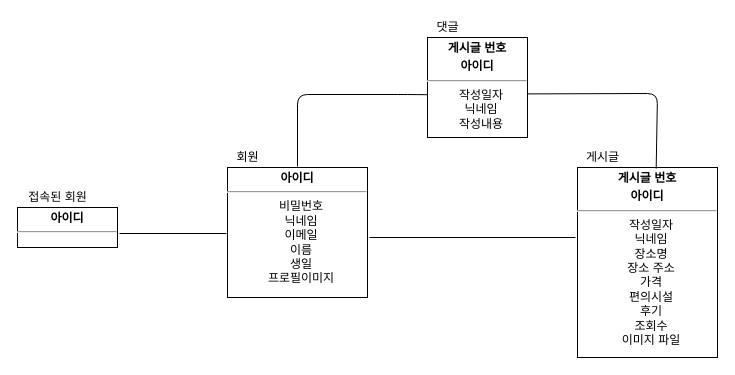
Before: Untitled Diagram.drawio in sika5382/team_pro, a draw.io diagram. Source tidied: cells renumbered, new cells numbered last; positions are measured from the earlier drawing's top-left corner, leaving out a move shared by most shapes. Both pictures are drawn from the tidied source at 100%, with x=0, y=0 at pixel (17, 17).
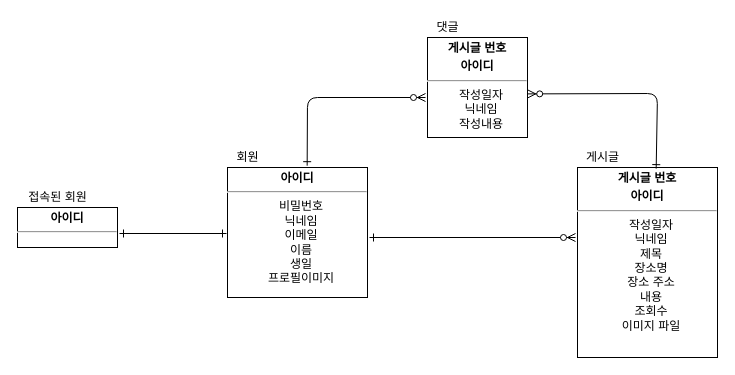
The same diagram, later.

Diff of the diagram source:
```diff
@@
 <mxGraphModel background="#ffffff">
   <root>
     <mxCell id="0" />
     <mxCell id="1" parent="0" />
     <mxCell id="2" value="&lt;p style=&quot;margin: 4px 0px 0px ; text-align: center&quot;&gt;&lt;b&gt;아이디&lt;/b&gt;&lt;/p&gt;&lt;hr&gt;&lt;p style=&quot;text-align: center ; margin: 0px 0px 0px 8px&quot;&gt;비밀번호&lt;/p&gt;&lt;p style=&quot;text-align: center ; margin: 0px 0px 0px 8px&quot;&gt;닉네임&lt;/p&gt;&lt;p style=&quot;text-align: center ; margin: 0px 0px 0px 8px&quot;&gt;이메일&lt;/p&gt;&lt;p style=&quot;text-align: center ; margin: 0px 0px 0px 8px&quot;&gt;이름&lt;/p&gt;&lt;p style=&quot;text-align: center ; margin: 0px 0px 0px 8px&quot;&gt;생일&lt;/p&gt;&lt;p style=&quot;text-align: center ; margin: 0px 0px 0px 8px&quot;&gt;프로필이미지&lt;/p&gt;" style="verticalAlign=top;align=left;overflow=fill;fontSize=12;fontFamily=Helvetica;html=1;rounded=0;shadow=0;comic=0;labelBackgroundColor=none;strokeWidth=1;" parent="1" vertex="1">
       <mxGeometry x="210" y="150" width="140" height="130" as="geometry" />
     </mxCell>
     <mxCell id="3" value="회원" style="text;html=1;align=center;verticalAlign=middle;" parent="1" vertex="1">
       <mxGeometry x="210" y="130" width="40" height="20" as="geometry" />
     </mxCell>
     <mxCell id="4" value="&lt;p style=&quot;margin: 4px 0px 0px ; text-align: center&quot;&gt;&lt;b&gt;아이디&lt;/b&gt;&lt;/p&gt;&lt;hr&gt;&lt;p style=&quot;text-align: center ; margin: 0px 0px 0px 8px&quot;&gt;&lt;br&gt;&lt;/p&gt;" style="verticalAlign=top;align=left;overflow=fill;fontSize=12;fontFamily=Helvetica;html=1;rounded=0;shadow=0;comic=0;labelBackgroundColor=none;strokeWidth=1;" parent="1" vertex="1">
       <mxGeometry y="190" width="100" height="40" as="geometry" />
     </mxCell>
     <mxCell id="5" value="접속된 회원" style="text;html=1;align=center;verticalAlign=middle;" parent="1" vertex="1">
       <mxGeometry y="170" width="80" height="20" as="geometry" />
     </mxCell>
     <mxCell id="6" value="&lt;p style=&quot;margin: 4px 0px 0px ; text-align: center&quot;&gt;&lt;b&gt;게시글 번호&lt;/b&gt;&lt;/p&gt;&lt;p style=&quot;margin: 4px 0px 0px ; text-align: center&quot;&gt;&lt;b&gt;아이디&lt;/b&gt;&lt;/p&gt;&lt;hr&gt;&lt;p style=&quot;text-align: center ; margin: 0px 0px 0px 8px&quot;&gt;작성일자&lt;/p&gt;&lt;p style=&quot;text-align: center ; margin: 0px 0px 0px 8px&quot;&gt;닉네임&lt;/p&gt;&lt;p style=&quot;text-align: center ; margin: 0px 0px 0px 8px&quot;&gt;작성내용&lt;/p&gt;" style="verticalAlign=top;align=left;overflow=fill;fontSize=12;fontFamily=Helvetica;html=1;rounded=0;shadow=0;comic=0;labelBackgroundColor=none;strokeWidth=1;" parent="1" vertex="1">
       <mxGeometry x="410" y="20" width="100" height="100" as="geometry" />
     </mxCell>
     <mxCell id="7" value="댓글" style="text;html=1;align=center;verticalAlign=middle;" parent="1" vertex="1">
       <mxGeometry x="410" width="40" height="20" as="geometry" />
     </mxCell>
-    <mxCell id="8" value="&lt;p style=&quot;margin: 4px 0px 0px ; text-align: center&quot;&gt;&lt;b&gt;게시글 번호&lt;/b&gt;&lt;/p&gt;&lt;p style=&quot;margin: 4px 0px 0px ; text-align: center&quot;&gt;&lt;b&gt;아이디&lt;/b&gt;&lt;/p&gt;&lt;hr&gt;&lt;p style=&quot;text-align: center ; margin: 0px 0px 0px 8px&quot;&gt;작성일자&lt;/p&gt;&lt;p style=&quot;text-align: center ; margin: 0px 0px 0px 8px&quot;&gt;닉네임&lt;/p&gt;&lt;p style=&quot;text-align: center ; margin: 0px 0px 0px 8px&quot;&gt;장소명&lt;/p&gt;&lt;p style=&quot;text-align: center ; margin: 0px 0px 0px 8px&quot;&gt;장소 주소&lt;/p&gt;&lt;p style=&quot;text-align: center ; margin: 0px 0px 0px 8px&quot;&gt;가격&lt;/p&gt;&lt;p style=&quot;text-align: center ; margin: 0px 0px 0px 8px&quot;&gt;편의시설&lt;/p&gt;&lt;p style=&quot;text-align: center ; margin: 0px 0px 0px 8px&quot;&gt;후기&lt;/p&gt;&lt;p style=&quot;text-align: center ; margin: 0px 0px 0px 8px&quot;&gt;조회수&lt;/p&gt;&lt;p style=&quot;text-align: center ; margin: 0px 0px 0px 8px&quot;&gt;이미지 파일&lt;/p&gt;" style="verticalAlign=top;align=left;overflow=fill;fontSize=12;fontFamily=Helvetica;html=1;rounded=0;shadow=0;comic=0;labelBackgroundColor=none;strokeWidth=1;" parent="1" vertex="1">
+    <mxCell id="8" value="&lt;p style=&quot;margin: 4px 0px 0px ; text-align: center&quot;&gt;&lt;b&gt;게시글 번호&lt;/b&gt;&lt;/p&gt;&lt;p style=&quot;margin: 4px 0px 0px ; text-align: center&quot;&gt;&lt;b&gt;아이디&lt;/b&gt;&lt;/p&gt;&lt;hr&gt;&lt;p style=&quot;text-align: center ; margin: 0px 0px 0px 8px&quot;&gt;작성일자&lt;/p&gt;&lt;p style=&quot;text-align: center ; margin: 0px 0px 0px 8px&quot;&gt;닉네임&lt;/p&gt;&lt;p style=&quot;text-align: center ; margin: 0px 0px 0px 8px&quot;&gt;제목&lt;/p&gt;&lt;p style=&quot;text-align: center ; margin: 0px 0px 0px 8px&quot;&gt;장소명&lt;/p&gt;&lt;p style=&quot;text-align: center ; margin: 0px 0px 0px 8px&quot;&gt;장소 주소&lt;/p&gt;&lt;p style=&quot;text-align: center ; margin: 0px 0px 0px 8px&quot;&gt;내용&lt;/p&gt;&lt;p style=&quot;text-align: center ; margin: 0px 0px 0px 8px&quot;&gt;조회수&lt;/p&gt;&lt;p style=&quot;text-align: center ; margin: 0px 0px 0px 8px&quot;&gt;이미지 파일&lt;/p&gt;" style="verticalAlign=top;align=left;overflow=fill;fontSize=12;fontFamily=Helvetica;html=1;rounded=0;shadow=0;comic=0;labelBackgroundColor=none;strokeWidth=1;" parent="1" vertex="1">
       <mxGeometry x="560" y="150" width="140" height="190" as="geometry" />
     </mxCell>
     <mxCell id="9" value="게시글" style="text;html=1;align=center;verticalAlign=middle;" parent="1" vertex="1">
       <mxGeometry x="560" y="130" width="50" height="20" as="geometry" />
     </mxCell>
-    <mxCell id="10" style="endArrow=none;html=1;" parent="1" edge="1">
+    <mxCell id="10" style="endArrow=ERzeroToMany;html=1;startArrow=ERone;startFill=0;endFill=1;" parent="1" edge="1">
       <mxGeometry relative="1" as="geometry">
         <mxPoint x="352" y="220" as="sourcePoint" />
         <mxPoint x="558" y="220" as="targetPoint" />
       </mxGeometry>
     </mxCell>
-    <mxCell id="11" style="endArrow=none;html=1;entryX=-0.003;entryY=0.572;entryDx=0;entryDy=0;entryPerimeter=0;" parent="1" edge="1" target="6">
-      <mxGeometry relative="1" as="geometry">
-        <mxPoint x="280" y="149" as="sourcePoint" />
-        <Array as="points">
-          <mxPoint x="280" y="77" />
-          <mxPoint x="390" y="77" />
-        </Array>
-      </mxGeometry>
-    </mxCell>
-    <mxCell id="12" style="endArrow=none;html=1;entryX=1.002;entryY=0.564;entryDx=0;entryDy=0;entryPerimeter=0;exitX=0.562;exitY=0.006;exitDx=0;exitDy=0;exitPerimeter=0;" parent="1" edge="1" source="8" target="6">
+    <mxCell id="12" style="endArrow=ERzeroToMany;html=1;entryX=1.002;entryY=0.564;entryDx=0;entryDy=0;entryPerimeter=0;exitX=0.562;exitY=0.006;exitDx=0;exitDy=0;exitPerimeter=0;startArrow=ERone;startFill=0;endFill=1;" parent="1" edge="1" source="8" target="6">
       <mxGeometry relative="1" as="geometry">
         <Array as="points">
           <mxPoint x="640" y="76" />
         </Array>
       </mxGeometry>
     </mxCell>
-    <mxCell id="13" style="endArrow=none;html=1;" parent="1" edge="1">
+    <mxCell id="13" style="endArrow=ERone;html=1;startArrow=ERone;startFill=0;endFill=0;" parent="1" edge="1">
       <mxGeometry relative="1" as="geometry">
         <mxPoint x="102" y="216" as="sourcePoint" />
         <mxPoint x="209" y="216" as="targetPoint" />
       </mxGeometry>
     </mxCell>
+    <mxCell id="14" style="endArrow=ERzeroToMany;html=1;exitX=0.569;exitY=-0.014;exitDx=0;exitDy=0;exitPerimeter=0;startArrow=ERone;startFill=0;endFill=1;" parent="1" edge="1" source="2">
+      <mxGeometry relative="1" as="geometry">
+        <mxPoint x="408" y="80" as="targetPoint" />
+        <Array as="points">
+          <mxPoint x="290" y="80" />
+        </Array>
+      </mxGeometry>
+    </mxCell>
   </root>
 </mxGraphModel>
```
